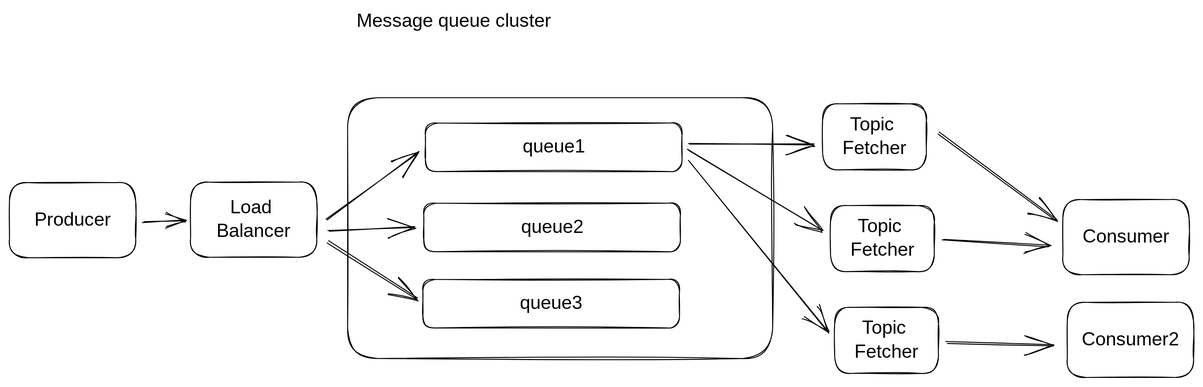
Above: .gitbook/assets/file.excalidraw (7).svg in dongzeli95/swe-interview (Excalidraw), before the change. Source tidied: one line per element, renumbered; positions are measured from the earlier drawing's top-left corner, leaving out a move shared by most shapes. The source it was exported from:
```json
{"id": 0, "type": "rectangle", "strokeColor": "#000000", "strokeWidth": 1, "roughness": 1, "round": true, "x": 0, "y": 183, "width": 133, "height": 79}
{"id": 1, "type": "text", "text": "Producer", "strokeColor": "#000000", "strokeWidth": 1, "roughness": 1, "fontSize": 20, "fontFamily": 1, "textAlign": "center", "verticalAlign": "middle", "inside": 0, "x": 24, "y": 210, "width": 85, "height": 25}
{"id": 2, "type": "rectangle", "strokeColor": "#000000", "strokeWidth": 1, "roughness": 1, "round": true, "x": 1113, "y": 201, "width": 133, "height": 79}
{"id": 3, "type": "text", "text": "Consumer", "strokeColor": "#000000", "strokeWidth": 1, "roughness": 1, "fontSize": 20, "fontFamily": 1, "textAlign": "center", "verticalAlign": "middle", "inside": 2, "x": 1136, "y": 228, "width": 88, "height": 25}
{"id": 4, "type": "rectangle", "strokeColor": "#000000", "strokeWidth": 1, "roughness": 1, "round": true, "x": 357, "y": 93, "width": 449, "height": 276}
{"id": 5, "type": "text", "text": "Message queue cluster", "strokeColor": "#000000", "strokeWidth": 1, "roughness": 1, "fontSize": 20, "fontFamily": 1, "x": 367, "y": 0, "width": 226, "height": 25}
{"id": 6, "type": "rectangle", "strokeColor": "#000000", "strokeWidth": 1, "roughness": 1, "round": true, "x": 439, "y": 120, "width": 271, "height": 51}
{"id": 7, "type": "text", "text": "queue1", "strokeColor": "#000000", "strokeWidth": 1, "roughness": 1, "fontSize": 20, "fontFamily": 1, "textAlign": "center", "verticalAlign": "middle", "inside": 6, "x": 545, "y": 133, "width": 61, "height": 25}
{"id": 8, "type": "rectangle", "strokeColor": "#000000", "strokeWidth": 1, "roughness": 1, "round": true, "x": 438, "y": 205, "width": 271, "height": 51}
{"id": 9, "type": "text", "text": "queue2", "strokeColor": "#000000", "strokeWidth": 1, "roughness": 1, "fontSize": 20, "fontFamily": 1, "textAlign": "center", "verticalAlign": "middle", "inside": 8, "x": 538, "y": 218, "width": 70, "height": 25}
{"id": 10, "type": "rectangle", "strokeColor": "#000000", "strokeWidth": 1, "roughness": 1, "round": true, "x": 437, "y": 285, "width": 271, "height": 51}
{"id": 11, "type": "text", "text": "queue3", "strokeColor": "#000000", "strokeWidth": 1, "roughness": 1, "fontSize": 20, "fontFamily": 1, "textAlign": "center", "verticalAlign": "middle", "inside": 10, "x": 538, "y": 298, "width": 69, "height": 25}
{"id": 12, "type": "rectangle", "strokeColor": "#000000", "strokeWidth": 1, "roughness": 1, "round": true, "x": 191, "y": 182, "width": 133, "height": 79}
{"id": 13, "type": "text", "text": "Load \nBalancer", "strokeColor": "#000000", "strokeWidth": 1, "roughness": 1, "fontSize": 20, "fontFamily": 1, "textAlign": "center", "verticalAlign": "middle", "inside": 12, "x": 215, "y": 197, "width": 85, "height": 50}
{"id": 14, "type": "arrow", "strokeColor": "#000000", "strokeWidth": 1, "roughness": 1, "endArrowhead": "arrow", "round": true, "from": 0, "to": 12, "x": 141, "y": 225, "width": 44, "height": 2, "points": [[0, 0], [44, -2]]}
{"id": 15, "type": "arrow", "strokeColor": "#000000", "strokeWidth": 1, "roughness": 1, "endArrowhead": "arrow", "round": true, "from": 12, "to": 6, "x": 335, "y": 222, "width": 97, "height": 72, "points": [[0, 0], [97, -72]]}
{"id": 16, "type": "arrow", "strokeColor": "#000000", "strokeWidth": 1, "roughness": 1, "endArrowhead": "arrow", "round": true, "from": 12, "to": 8, "x": 338, "y": 234, "width": 90, "height": 3, "points": [[0, 0], [90, -3]]}
{"id": 17, "type": "arrow", "strokeColor": "#000000", "strokeWidth": 1, "roughness": 1, "endArrowhead": "arrow", "round": true, "from": 12, "to": 10, "x": 337, "y": 245, "width": 93, "height": 60, "points": [[0, 0], [93, 60]]}
{"id": 18, "type": "rectangle", "strokeColor": "#000000", "strokeWidth": 1, "roughness": 1, "round": true, "x": 859, "y": 100, "width": 110, "height": 70}
{"id": 19, "type": "text", "text": "Topic \nFetcher", "strokeColor": "#000000", "strokeWidth": 1, "roughness": 1, "fontSize": 20, "fontFamily": 1, "textAlign": "center", "verticalAlign": "middle", "inside": 18, "x": 877, "y": 109, "width": 73, "height": 50}
{"id": 20, "type": "rectangle", "strokeColor": "#000000", "strokeWidth": 1, "roughness": 1, "round": true, "x": 867, "y": 207, "width": 110, "height": 70}
{"id": 21, "type": "text", "text": "Topic \nFetcher", "strokeColor": "#000000", "strokeWidth": 1, "roughness": 1, "fontSize": 20, "fontFamily": 1, "textAlign": "center", "verticalAlign": "middle", "inside": 20, "x": 886, "y": 217, "width": 73, "height": 50}
{"id": 22, "type": "rectangle", "strokeColor": "#000000", "strokeWidth": 1, "roughness": 1, "round": true, "x": 872, "y": 315, "width": 110, "height": 70}
{"id": 23, "type": "text", "text": "Topic \nFetcher", "strokeColor": "#000000", "strokeWidth": 1, "roughness": 1, "fontSize": 20, "fontFamily": 1, "textAlign": "center", "verticalAlign": "middle", "inside": 22, "x": 890, "y": 324, "width": 73, "height": 50}
{"id": 24, "type": "arrow", "strokeColor": "#000000", "strokeWidth": 1, "roughness": 1, "endArrowhead": "arrow", "round": true, "from": 6, "to": 18, "x": 717, "y": 142, "width": 133, "height": 1, "points": [[0, 0], [133, 1]]}
{"id": 25, "type": "arrow", "strokeColor": "#000000", "strokeWidth": 1, "roughness": 1, "endArrowhead": "arrow", "round": true, "from": 6, "to": 20, "x": 717, "y": 149, "width": 141, "height": 84, "points": [[0, 0], [141, 84]]}
{"id": 26, "type": "arrow", "strokeColor": "#000000", "strokeWidth": 1, "roughness": 1, "endArrowhead": "arrow", "round": true, "from": 6, "to": 22, "x": 719, "y": 160, "width": 146, "height": 180, "points": [[0, 0], [146, 180]]}
{"id": 27, "type": "arrow", "strokeColor": "#000000", "strokeWidth": 1, "roughness": 1, "endArrowhead": "arrow", "round": true, "from": 18, "to": 2, "x": 982, "y": 130, "width": 124, "height": 92, "points": [[0, 0], [124, 92]]}
{"id": 28, "type": "arrow", "strokeColor": "#000000", "strokeWidth": 1, "roughness": 1, "endArrowhead": "arrow", "round": true, "from": 20, "to": 2, "x": 986, "y": 242, "width": 112, "height": 7, "points": [[0, 0], [112, 7]]}
{"id": 29, "type": "rectangle", "strokeColor": "#000000", "strokeWidth": 1, "roughness": 1, "round": true, "x": 1118, "y": 309, "width": 133, "height": 79}
{"id": 30, "type": "text", "text": "Consumer2", "strokeColor": "#000000", "strokeWidth": 1, "roughness": 1, "fontSize": 20, "fontFamily": 1, "textAlign": "center", "verticalAlign": "middle", "inside": 29, "x": 1133, "y": 336, "width": 102, "height": 25}
{"id": 31, "type": "arrow", "strokeColor": "#000000", "strokeWidth": 1, "roughness": 1, "endArrowhead": "arrow", "round": true, "from": 22, "to": 29, "x": 990, "y": 352, "width": 113, "height": 3, "points": [[0, 0], [113, 3]]}
```
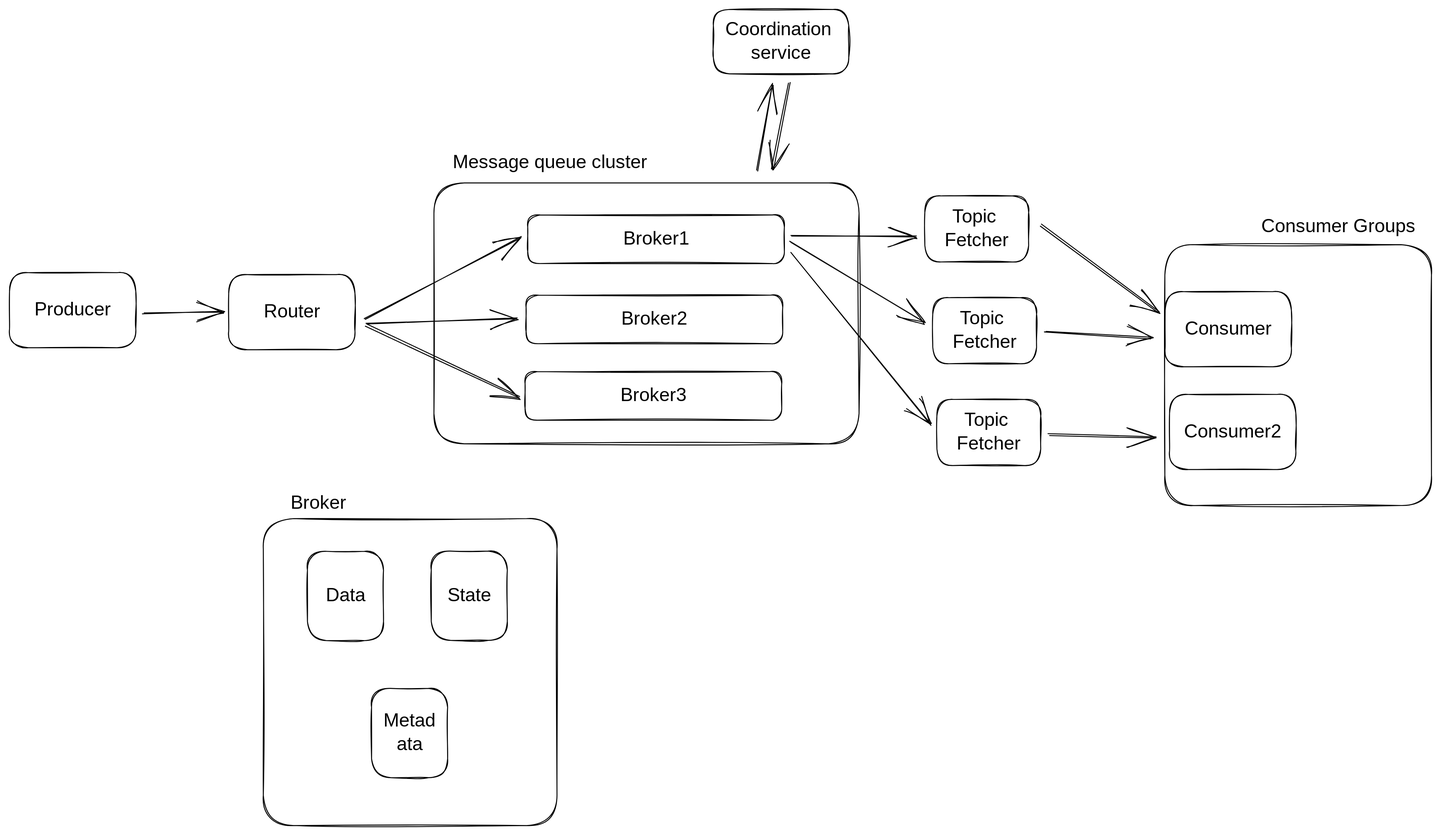
The same file after the commit.

Commit message:
GITBOOK-52: change request with no subject merged in GitBook

Diff of the diagram source:
```diff
@@ -1,21 +1,21 @@
-{"id": 0, "type": "rectangle", "strokeColor": "#000000", "strokeWidth": 1, "roughness": 1, "round": true, "x": 0, "y": 183, "width": 133, "height": 79}
+{"id": 0, "type": "rectangle", "strokeColor": "#000000", "strokeWidth": 1, "roughness": 1, "round": true, "x": -108, "y": 181, "width": 133, "height": 79}
-{"id": 1, "type": "text", "text": "Producer", "strokeColor": "#000000", "strokeWidth": 1, "roughness": 1, "fontSize": 20, "fontFamily": 1, "textAlign": "center", "verticalAlign": "middle", "inside": 0, "x": 24, "y": 210, "width": 85, "height": 25}
+{"id": 1, "type": "text", "text": "Producer", "strokeColor": "#000000", "strokeWidth": 1, "roughness": 1, "fontSize": 20, "fontFamily": 1, "textAlign": "center", "verticalAlign": "middle", "inside": 0, "x": -84, "y": 208, "width": 85, "height": 25}
 {"id": 2, "type": "rectangle", "strokeColor": "#000000", "strokeWidth": 1, "roughness": 1, "round": true, "x": 1113, "y": 201, "width": 133, "height": 79}
 {"id": 3, "type": "text", "text": "Consumer", "strokeColor": "#000000", "strokeWidth": 1, "roughness": 1, "fontSize": 20, "fontFamily": 1, "textAlign": "center", "verticalAlign": "middle", "inside": 2, "x": 1136, "y": 228, "width": 88, "height": 25}
-{"id": 4, "type": "rectangle", "strokeColor": "#000000", "strokeWidth": 1, "roughness": 1, "round": true, "x": 357, "y": 93, "width": 449, "height": 276}
+{"id": 4, "type": "rectangle", "strokeColor": "#000000", "strokeWidth": 1, "roughness": 1, "round": true, "x": 341, "y": 86, "width": 449, "height": 276}
-{"id": 5, "type": "text", "text": "Message queue cluster", "strokeColor": "#000000", "strokeWidth": 1, "roughness": 1, "fontSize": 20, "fontFamily": 1, "x": 367, "y": 0, "width": 226, "height": 25}
+{"id": 5, "type": "text", "text": "Message queue cluster", "strokeColor": "#000000", "strokeWidth": 1, "roughness": 1, "fontSize": 20, "fontFamily": 1, "x": 360, "y": 52, "width": 226, "height": 25}
-{"id": 6, "type": "rectangle", "strokeColor": "#000000", "strokeWidth": 1, "roughness": 1, "round": true, "x": 439, "y": 120, "width": 271, "height": 51}
+{"id": 6, "type": "rectangle", "strokeColor": "#000000", "strokeWidth": 1, "roughness": 1, "round": true, "x": 440, "y": 120, "width": 271, "height": 51}
-{"id": 7, "type": "text", "text": "queue1", "strokeColor": "#000000", "strokeWidth": 1, "roughness": 1, "fontSize": 20, "fontFamily": 1, "textAlign": "center", "verticalAlign": "middle", "inside": 6, "x": 545, "y": 133, "width": 61, "height": 25}
+{"id": 7, "type": "text", "text": "Broker1", "strokeColor": "#000000", "strokeWidth": 1, "roughness": 1, "fontSize": 20, "fontFamily": 1, "textAlign": "center", "verticalAlign": "middle", "inside": 6, "x": 541, "y": 133, "width": 69, "height": 25}
-{"id": 8, "type": "rectangle", "strokeColor": "#000000", "strokeWidth": 1, "roughness": 1, "round": true, "x": 438, "y": 205, "width": 271, "height": 51}
+{"id": 8, "type": "rectangle", "strokeColor": "#000000", "strokeWidth": 1, "roughness": 1, "round": true, "x": 438, "y": 204, "width": 271, "height": 51}
-{"id": 9, "type": "text", "text": "queue2", "strokeColor": "#000000", "strokeWidth": 1, "roughness": 1, "fontSize": 20, "fontFamily": 1, "textAlign": "center", "verticalAlign": "middle", "inside": 8, "x": 538, "y": 218, "width": 70, "height": 25}
+{"id": 9, "type": "text", "text": "Broker2", "strokeColor": "#000000", "strokeWidth": 1, "roughness": 1, "fontSize": 20, "fontFamily": 1, "textAlign": "center", "verticalAlign": "middle", "inside": 8, "x": 535, "y": 218, "width": 78, "height": 25}
 {"id": 10, "type": "rectangle", "strokeColor": "#000000", "strokeWidth": 1, "roughness": 1, "round": true, "x": 437, "y": 285, "width": 271, "height": 51}
-{"id": 11, "type": "text", "text": "queue3", "strokeColor": "#000000", "strokeWidth": 1, "roughness": 1, "fontSize": 20, "fontFamily": 1, "textAlign": "center", "verticalAlign": "middle", "inside": 10, "x": 538, "y": 298, "width": 69, "height": 25}
+{"id": 11, "type": "text", "text": "Broker3", "strokeColor": "#000000", "strokeWidth": 1, "roughness": 1, "fontSize": 20, "fontFamily": 1, "textAlign": "center", "verticalAlign": "middle", "inside": 10, "x": 534, "y": 298, "width": 77, "height": 25}
-{"id": 12, "type": "rectangle", "strokeColor": "#000000", "strokeWidth": 1, "roughness": 1, "round": true, "x": 191, "y": 182, "width": 133, "height": 79}
+{"id": 12, "type": "rectangle", "strokeColor": "#000000", "strokeWidth": 1, "roughness": 1, "round": true, "x": 124, "y": 183, "width": 133, "height": 79}
-{"id": 13, "type": "text", "text": "Load \nBalancer", "strokeColor": "#000000", "strokeWidth": 1, "roughness": 1, "fontSize": 20, "fontFamily": 1, "textAlign": "center", "verticalAlign": "middle", "inside": 12, "x": 215, "y": 197, "width": 85, "height": 50}
+{"id": 13, "type": "text", "text": "Router", "strokeColor": "#000000", "strokeWidth": 1, "roughness": 1, "fontSize": 20, "fontFamily": 1, "textAlign": "center", "verticalAlign": "middle", "inside": 12, "x": 157, "y": 210, "width": 67, "height": 25}
-{"id": 14, "type": "arrow", "strokeColor": "#000000", "strokeWidth": 1, "roughness": 1, "endArrowhead": "arrow", "round": true, "from": 0, "to": 12, "x": 141, "y": 225, "width": 44, "height": 2, "points": [[0, 0], [44, -2]]}
+{"id": 14, "type": "arrow", "strokeColor": "#000000", "strokeWidth": 1, "roughness": 1, "endArrowhead": "arrow", "round": true, "from": 0, "to": 12, "x": 33, "y": 224, "width": 84, "height": 1, "points": [[0, 0], [84, -1]]}
-{"id": 15, "type": "arrow", "strokeColor": "#000000", "strokeWidth": 1, "roughness": 1, "endArrowhead": "arrow", "round": true, "from": 12, "to": 6, "x": 335, "y": 222, "width": 97, "height": 72, "points": [[0, 0], [97, -72]]}
+{"id": 15, "type": "arrow", "strokeColor": "#000000", "strokeWidth": 1, "roughness": 1, "endArrowhead": "arrow", "round": true, "from": 12, "to": 6, "x": 267, "y": 230, "width": 164, "height": 87, "points": [[0, 0], [164, -87]]}
-{"id": 16, "type": "arrow", "strokeColor": "#000000", "strokeWidth": 1, "roughness": 1, "endArrowhead": "arrow", "round": true, "from": 12, "to": 8, "x": 338, "y": 234, "width": 90, "height": 3, "points": [[0, 0], [90, -3]]}
+{"id": 16, "type": "arrow", "strokeColor": "#000000", "strokeWidth": 1, "roughness": 1, "endArrowhead": "arrow", "round": true, "from": 12, "to": 8, "x": 271, "y": 234, "width": 158, "height": 5, "points": [[0, 0], [158, -5]]}
-{"id": 17, "type": "arrow", "strokeColor": "#000000", "strokeWidth": 1, "roughness": 1, "endArrowhead": "arrow", "round": true, "from": 12, "to": 10, "x": 337, "y": 245, "width": 93, "height": 60, "points": [[0, 0], [93, 60]]}
+{"id": 17, "type": "arrow", "strokeColor": "#000000", "strokeWidth": 1, "roughness": 1, "endArrowhead": "arrow", "round": true, "from": 12, "to": 10, "x": 270, "y": 235, "width": 161, "height": 76, "points": [[0, 0], [161, 76]]}
 {"id": 18, "type": "rectangle", "strokeColor": "#000000", "strokeWidth": 1, "roughness": 1, "round": true, "x": 859, "y": 100, "width": 110, "height": 70}
 {"id": 19, "type": "text", "text": "Topic \nFetcher", "strokeColor": "#000000", "strokeWidth": 1, "roughness": 1, "fontSize": 20, "fontFamily": 1, "textAlign": "center", "verticalAlign": "middle", "inside": 18, "x": 877, "y": 109, "width": 73, "height": 50}
 {"id": 20, "type": "rectangle", "strokeColor": "#000000", "strokeWidth": 1, "roughness": 1, "round": true, "x": 867, "y": 207, "width": 110, "height": 70}
@@ -24,9 +24,23 @@
 {"id": 23, "type": "text", "text": "Topic \nFetcher", "strokeColor": "#000000", "strokeWidth": 1, "roughness": 1, "fontSize": 20, "fontFamily": 1, "textAlign": "center", "verticalAlign": "middle", "inside": 22, "x": 890, "y": 324, "width": 73, "height": 50}
 {"id": 24, "type": "arrow", "strokeColor": "#000000", "strokeWidth": 1, "roughness": 1, "endArrowhead": "arrow", "round": true, "from": 6, "to": 18, "x": 717, "y": 142, "width": 133, "height": 1, "points": [[0, 0], [133, 1]]}
 {"id": 25, "type": "arrow", "strokeColor": "#000000", "strokeWidth": 1, "roughness": 1, "endArrowhead": "arrow", "round": true, "from": 6, "to": 20, "x": 717, "y": 149, "width": 141, "height": 84, "points": [[0, 0], [141, 84]]}
-{"id": 26, "type": "arrow", "strokeColor": "#000000", "strokeWidth": 1, "roughness": 1, "endArrowhead": "arrow", "round": true, "from": 6, "to": 22, "x": 719, "y": 160, "width": 146, "height": 180, "points": [[0, 0], [146, 180]]}
+{"id": 26, "type": "arrow", "strokeColor": "#000000", "strokeWidth": 1, "roughness": 1, "endArrowhead": "arrow", "round": true, "from": 6, "to": 22, "x": 719, "y": 160, "width": 146, "height": 181, "points": [[0, 0], [146, 181]]}
 {"id": 27, "type": "arrow", "strokeColor": "#000000", "strokeWidth": 1, "roughness": 1, "endArrowhead": "arrow", "round": true, "from": 18, "to": 2, "x": 982, "y": 130, "width": 124, "height": 92, "points": [[0, 0], [124, 92]]}
 {"id": 28, "type": "arrow", "strokeColor": "#000000", "strokeWidth": 1, "roughness": 1, "endArrowhead": "arrow", "round": true, "from": 20, "to": 2, "x": 986, "y": 242, "width": 112, "height": 7, "points": [[0, 0], [112, 7]]}
 {"id": 29, "type": "rectangle", "strokeColor": "#000000", "strokeWidth": 1, "roughness": 1, "round": true, "x": 1118, "y": 309, "width": 133, "height": 79}
 {"id": 30, "type": "text", "text": "Consumer2", "strokeColor": "#000000", "strokeWidth": 1, "roughness": 1, "fontSize": 20, "fontFamily": 1, "textAlign": "center", "verticalAlign": "middle", "inside": 29, "x": 1133, "y": 336, "width": 102, "height": 25}
 {"id": 31, "type": "arrow", "strokeColor": "#000000", "strokeWidth": 1, "roughness": 1, "endArrowhead": "arrow", "round": true, "from": 22, "to": 29, "x": 990, "y": 352, "width": 113, "height": 3, "points": [[0, 0], [113, 3]]}
+{"id": 32, "type": "rectangle", "strokeColor": "#000000", "strokeWidth": 1, "roughness": 1, "round": true, "x": 1113, "y": 151, "width": 282, "height": 276}
+{"id": 33, "type": "text", "text": "Consumer Groups", "strokeColor": "#000000", "strokeWidth": 1, "roughness": 1, "fontSize": 20, "fontFamily": 1, "x": 1214, "y": 120, "width": 165, "height": 25}
+{"id": 34, "type": "rectangle", "strokeColor": "#000000", "strokeWidth": 1, "roughness": 1, "round": true, "x": 636, "y": -97, "width": 143, "height": 68}
+{"id": 35, "type": "text", "text": "Coordination \nservice", "strokeColor": "#000000", "strokeWidth": 1, "roughness": 1, "fontSize": 20, "fontFamily": 1, "textAlign": "center", "verticalAlign": "middle", "inside": 34, "x": 643, "y": -88, "width": 128, "height": 50}
+{"id": 36, "type": "arrow", "strokeColor": "#000000", "strokeWidth": 1, "roughness": 1, "endArrowhead": "arrow", "round": true, "from": 4, "to": 34, "x": 682, "y": 73, "width": 15, "height": 93, "points": [[0, 0], [15, -93]]}
+{"id": 37, "type": "arrow", "strokeColor": "#000000", "strokeWidth": 1, "roughness": 1, "endArrowhead": "arrow", "round": true, "from": 34, "to": 4, "x": 716, "y": -20, "width": 18, "height": 92, "points": [[0, 0], [-18, 92]]}
+{"id": 38, "type": "rectangle", "strokeColor": "#000000", "strokeWidth": 1, "roughness": 1, "round": true, "x": 160, "y": 440, "width": 310, "height": 324}
+{"id": 39, "type": "rectangle", "strokeColor": "#000000", "strokeWidth": 1, "roughness": 1, "round": true, "x": 207, "y": 475, "width": 80, "height": 94}
+{"id": 40, "type": "text", "text": "Data", "strokeColor": "#000000", "strokeWidth": 1, "roughness": 1, "fontSize": 20, "fontFamily": 1, "textAlign": "center", "verticalAlign": "middle", "inside": 39, "x": 220, "y": 510, "width": 54, "height": 25}
+{"id": 41, "type": "rectangle", "strokeColor": "#000000", "strokeWidth": 1, "roughness": 1, "round": true, "x": 338, "y": 475, "width": 80, "height": 94}
+{"id": 42, "type": "text", "text": "State", "strokeColor": "#000000", "strokeWidth": 1, "roughness": 1, "fontSize": 20, "fontFamily": 1, "textAlign": "center", "verticalAlign": "middle", "inside": 41, "x": 348, "y": 509, "width": 59, "height": 25}
+{"id": 43, "type": "rectangle", "strokeColor": "#000000", "strokeWidth": 1, "roughness": 1, "round": true, "x": 275, "y": 620, "width": 80, "height": 94}
+{"id": 44, "type": "text", "text": "Metad\nata", "strokeColor": "#000000", "strokeWidth": 1, "roughness": 1, "fontSize": 20, "fontFamily": 1, "textAlign": "center", "verticalAlign": "middle", "inside": 43, "x": 284, "y": 642, "width": 62, "height": 50}
+{"id": 45, "type": "text", "text": "Broker", "strokeColor": "#000000", "strokeWidth": 1, "roughness": 1, "fontSize": 20, "fontFamily": 1, "x": 189, "y": 412, "width": 63, "height": 25}
```
